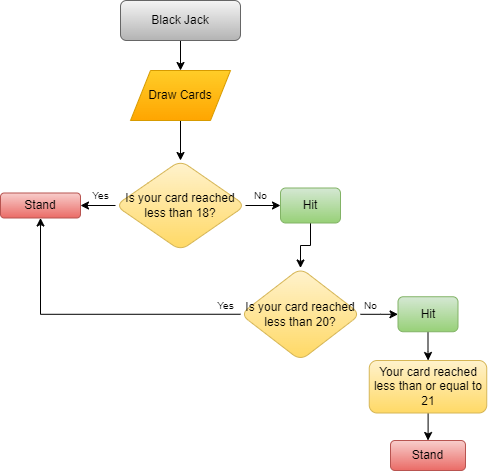
Before: blackjack.drawio.png, a diagram exported from draw.io (mallaribs01/CCINCOML_EXERCISES_COM23P). Source tidied: cells renumbered, new cells last; positions are measured from the earlier drawing's top-left corner, leaving out a move shared by most shapes.
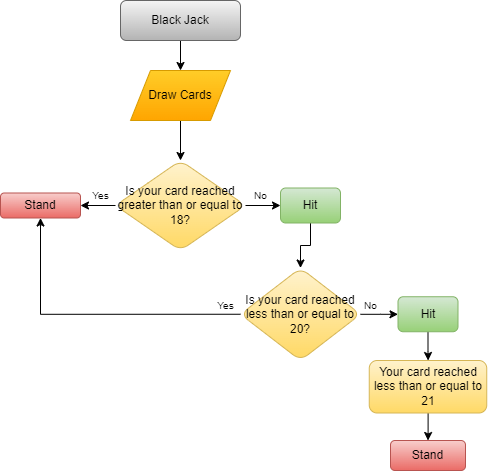
After the commit.

The edit, as a diff of the source:
```diff
@@ -14,7 +14,7 @@
     <mxCell id="5" style="edgeStyle=orthogonalEdgeStyle;rounded=0;jettySize=auto;html=1;" parent="1" edge="1" source="6" target="9">
       <mxGeometry relative="1" as="geometry" />
     </mxCell>
-    <mxCell id="6" value="Is your card reached less than 18?" style="rhombus;rounded=1;glass=0;strokeWidth=1;shadow=0;html=1;whiteSpace=wrap;verticalAlign=middle;fillColor=#fff2cc;strokeColor=#d6b656;gradientColor=#ffd966;" parent="1" vertex="1">
+    <mxCell id="6" value="Is your card reached greater than or equal to 18?" style="rhombus;rounded=1;glass=0;strokeWidth=1;shadow=0;html=1;whiteSpace=wrap;verticalAlign=middle;fillColor=#fff2cc;strokeColor=#d6b656;gradientColor=#ffd966;" parent="1" vertex="1">
       <mxGeometry x="115" y="160" width="130" height="90" as="geometry" />
     </mxCell>
     <mxCell id="7" style="edgeStyle=orthogonalEdgeStyle;rounded=0;jettySize=auto;html=1;" parent="1" edge="1" source="8" target="12">
@@ -32,7 +32,7 @@
     <mxCell id="11" style="edgeStyle=orthogonalEdgeStyle;rounded=0;jettySize=auto;html=1;exitX=0;exitY=0.5;exitDx=0;exitDy=0;entryX=0.5;entryY=1;entryDx=0;entryDy=0;" parent="1" edge="1" source="12" target="9">
       <mxGeometry relative="1" as="geometry" />
     </mxCell>
-    <mxCell id="12" value="Is your card reached less than 20?" style="rhombus;whiteSpace=wrap;html=1;rounded=1;glass=0;strokeWidth=1;shadow=0;fillColor=#fff2cc;gradientColor=#ffd966;strokeColor=#d6b656;" parent="1" vertex="1">
+    <mxCell id="12" value="Is your card reached less than or equal to 20?" style="rhombus;whiteSpace=wrap;html=1;rounded=1;glass=0;strokeWidth=1;shadow=0;fillColor=#fff2cc;gradientColor=#ffd966;strokeColor=#d6b656;" parent="1" vertex="1">
       <mxGeometry x="240" y="267.5" width="120" height="92.5" as="geometry" />
     </mxCell>
     <mxCell id="13" style="edgeStyle=orthogonalEdgeStyle;rounded=0;jettySize=auto;html=1;" parent="1" edge="1" source="14" target="22">
```
